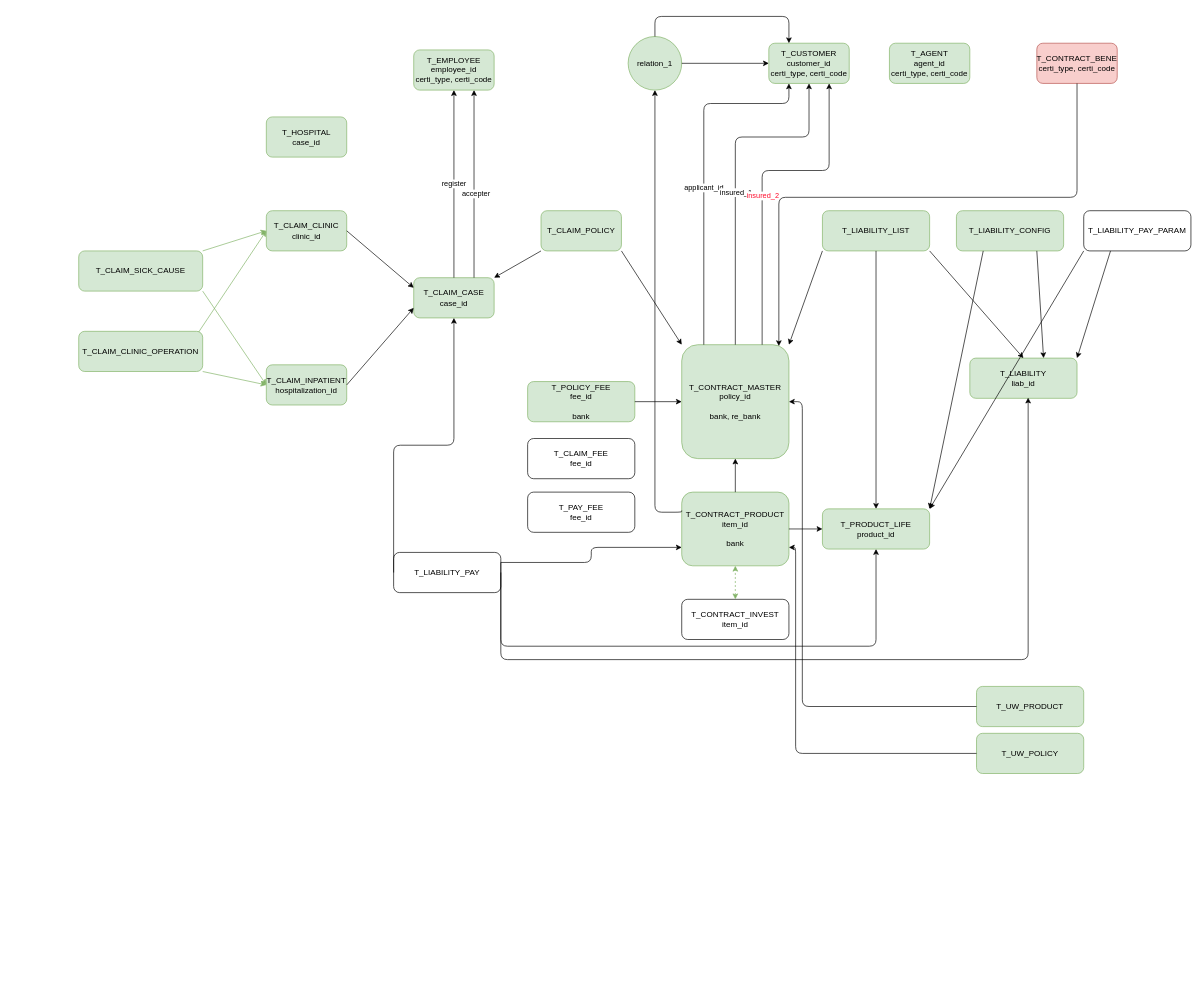
Before: taiping-data-arch.drawio in XiaoLiuAI/diagrams, a draw.io diagram. Source tidied: cells renumbered, new cells numbered last; positions are measured from the earlier drawing's top-left corner, leaving out a move shared by most shapes. Both pictures are drawn from the tidied source at 67%, with x=0, y=0 at pixel (78, 16).
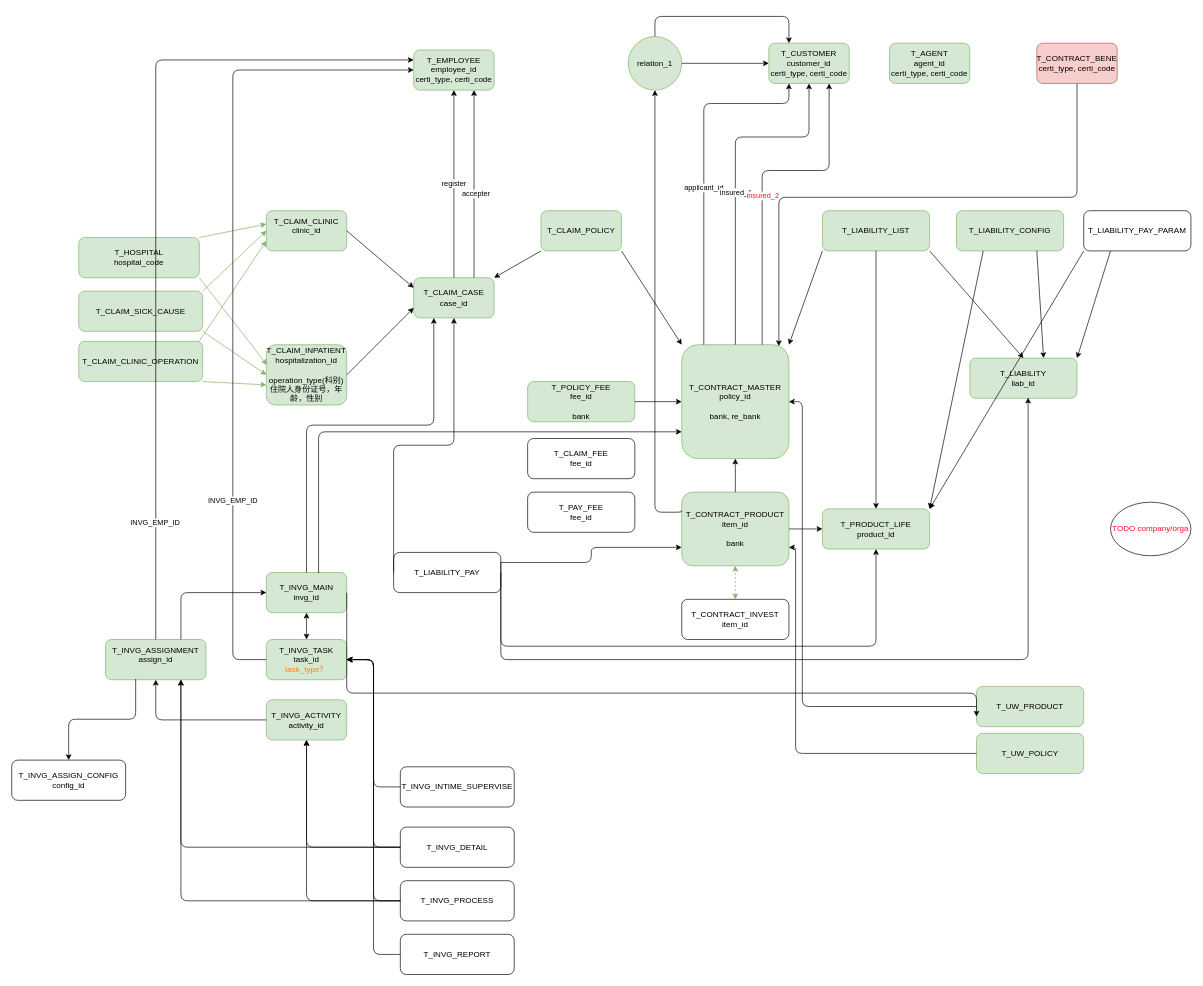
The same diagram, later.

Unchanged cells that the change refers to:
```xml
<mxCell id="2" value="T_CLAIM_CASE&lt;br&gt;case_id" style="rounded=1;whiteSpace=wrap;html=1;fillColor=#d5e8d4;strokeColor=#82b366;" parent="1" vertex="1">
  <mxGeometry x="500" y="390" width="120" height="60" as="geometry" />
</mxCell>
<mxCell id="5" value="T_CONTRACT_MASTER&lt;br&gt;policy_id&lt;br&gt;&lt;br&gt;bank, re_bank" style="rounded=1;whiteSpace=wrap;html=1;fillColor=#d5e8d4;strokeColor=#82b366;" parent="1" vertex="1">
  <mxGeometry x="900" y="490" width="160" height="170" as="geometry" />
</mxCell>
<mxCell id="31" value="T_EMPLOYEE&lt;br&gt;employee_id&lt;br&gt;certi_type, certi_code" style="rounded=1;whiteSpace=wrap;html=1;fillColor=#d5e8d4;strokeColor=#82b366;" parent="1" vertex="1">
  <mxGeometry x="500" y="50" width="120" height="60" as="geometry" />
</mxCell>
<mxCell id="43" value="T_UW_PRODUCT" style="rounded=1;whiteSpace=wrap;html=1;fillColor=#d5e8d4;strokeColor=#82b366;" parent="1" vertex="1">
  <mxGeometry x="1340" y="1000" width="160" height="60" as="geometry" />
</mxCell>
```

Diff of the diagram source:
```diff
@@
-    <mxCell id="33" value="T_CLAIM_INPATIENT&lt;br&gt;hospitalization_id" style="rounded=1;whiteSpace=wrap;html=1;fillColor=#d5e8d4;strokeColor=#82b366;" parent="1" vertex="1">
-      <mxGeometry x="280" y="520" width="120" height="60" as="geometry" />
+    <mxCell id="33" value="T_CLAIM_INPATIENT&lt;br&gt;hospitalization_id&lt;br&gt;&lt;br&gt;operation_type(科别)&lt;br&gt;住院人身份证号，年龄，性别" style="rounded=1;whiteSpace=wrap;html=1;fillColor=#d5e8d4;strokeColor=#82b366;" parent="1" vertex="1">
+      <mxGeometry x="280" y="490" width="120" height="90" as="geometry" />
     </mxCell>
-    <mxCell id="34" value="T_CLAIM_CLINIC&lt;br&gt;clinic_id" style="rounded=1;whiteSpace=wrap;html=1;fillColor=#d5e8d4;strokeColor=#82b366;" parent="1" vertex="1">
+    <mxCell id="34" value="T_CLAIM_CLINIC&lt;br&gt;clinic_id&lt;br&gt;&lt;br&gt;" style="rounded=1;whiteSpace=wrap;html=1;fillColor=#d5e8d4;strokeColor=#82b366;" parent="1" vertex="1">
       <mxGeometry x="280" y="290" width="120" height="60" as="geometry" />
     </mxCell>
@@
     <mxCell id="37" value="T_CLAIM_SICK_CAUSE" style="rounded=1;whiteSpace=wrap;html=1;fillColor=#d5e8d4;strokeColor=#82b366;" parent="1" vertex="1">
-      <mxGeometry y="350" width="185" height="60" as="geometry" />
+      <mxGeometry y="410" width="185" height="60" as="geometry" />
     </mxCell>
@@
     <mxCell id="40" value="T_CLAIM_CLINIC_OPERATION" style="rounded=1;whiteSpace=wrap;html=1;fillColor=#d5e8d4;strokeColor=#82b366;" parent="1" vertex="1">
-      <mxGeometry y="470" width="185" height="60" as="geometry" />
+      <mxGeometry y="485" width="185" height="60" as="geometry" />
     </mxCell>
@@
-    <mxCell id="42" style="endArrow=classic;html=1;exitX=0.968;exitY=0.017;exitDx=0;exitDy=0;entryX=0;entryY=0.5;entryDx=0;entryDy=0;exitPerimeter=0;fillColor=#d5e8d4;strokeColor=#82b366;" parent="1" edge="1" source="40" target="34">
+    <mxCell id="42" style="endArrow=classic;html=1;exitX=0.968;exitY=0.017;exitDx=0;exitDy=0;entryX=0;entryY=0.75;entryDx=0;entryDy=0;exitPerimeter=0;fillColor=#d5e8d4;strokeColor=#82b366;" parent="1" edge="1" source="40" target="34">
       <mxGeometry relative="1" as="geometry" />
     </mxCell>
@@
-    <mxCell id="64" value="T_HOSPITAL&lt;br&gt;case_id" style="rounded=1;whiteSpace=wrap;html=1;fillColor=#d5e8d4;strokeColor=#82b366;" parent="1" vertex="1">
-      <mxGeometry x="280" y="150" width="120" height="60" as="geometry" />
+    <mxCell id="64" value="T_HOSPITAL&lt;br&gt;hospital_code" style="rounded=1;whiteSpace=wrap;html=1;fillColor=#d5e8d4;strokeColor=#82b366;" parent="1" vertex="1">
+      <mxGeometry y="330" width="180" height="60" as="geometry" />
     </mxCell>
@@
+    <mxCell id="66" value="TODO company/orga" style="ellipse;whiteSpace=wrap;html=1;fontColor=#FF0D2D;" parent="1" vertex="1">
+      <mxGeometry x="1540" y="725" width="120" height="80" as="geometry" />
+    </mxCell>
+    <mxCell id="67" style="endArrow=classic;html=1;exitX=1;exitY=0;exitDx=0;exitDy=0;fillColor=#d5e8d4;strokeColor=#82b366;entryX=0;entryY=0.333;entryDx=0;entryDy=0;entryPerimeter=0;" parent="1" edge="1" source="64" target="34">
+      <mxGeometry relative="1" as="geometry" />
+    </mxCell>
+    <mxCell id="68" style="endArrow=classic;html=1;exitX=1;exitY=1;exitDx=0;exitDy=0;fillColor=#d5e8d4;strokeColor=#82b366;entryX=0.008;entryY=0.333;entryDx=0;entryDy=0;entryPerimeter=0;" parent="1" edge="1" source="64" target="33">
+      <mxGeometry relative="1" as="geometry" />
+    </mxCell>
+    <mxCell id="69" value="&lt;font color=&quot;#000000&quot;&gt;T_INVG_MAIN&lt;br&gt;invg_id&lt;br&gt;&lt;/font&gt;" style="rounded=1;whiteSpace=wrap;html=1;fillColor=#d5e8d4;strokeColor=#82b366;" parent="1" vertex="1">
+      <mxGeometry x="280" y="830" width="120" height="60" as="geometry" />
+    </mxCell>
+    <mxCell id="70" value="T_INVG_TASK&lt;br&gt;task_id&lt;br&gt;&lt;font color=&quot;#ff8000&quot;&gt;task_type？&lt;/font&gt;" style="rounded=1;whiteSpace=wrap;html=1;fillColor=#d5e8d4;strokeColor=#82b366;" parent="1" vertex="1">
+      <mxGeometry x="280" y="930" width="120" height="60" as="geometry" />
+    </mxCell>
+    <mxCell id="71" value="&lt;font color=&quot;#000000&quot;&gt;T_INVG_ACTIVITY&lt;br&gt;&lt;/font&gt;activity_id&lt;font color=&quot;#000000&quot;&gt;&lt;br&gt;&lt;/font&gt;" style="rounded=1;whiteSpace=wrap;html=1;fillColor=#d5e8d4;strokeColor=#82b366;" parent="1" vertex="1">
+      <mxGeometry x="280" y="1020" width="120" height="60" as="geometry" />
+    </mxCell>
+    <mxCell id="72" value="&lt;font color=&quot;#000000&quot;&gt;T_INVG_ASSIGNMENT&lt;br&gt;&lt;/font&gt;assign_id&lt;font color=&quot;#000000&quot;&gt;&lt;br&gt;&lt;br&gt;&lt;/font&gt;" style="rounded=1;whiteSpace=wrap;html=1;fillColor=#d5e8d4;strokeColor=#82b366;" parent="1" vertex="1">
+      <mxGeometry x="40" y="930" width="150" height="60" as="geometry" />
+    </mxCell>
+    <mxCell id="73" style="edgeStyle=elbowEdgeStyle;elbow=vertical;endArrow=classic;html=1;fontColor=#FF0D2D;exitX=0.5;exitY=0;exitDx=0;exitDy=0;entryX=0.25;entryY=1;entryDx=0;entryDy=0;" parent="1" edge="1" source="69" target="2">
+      <mxGeometry relative="1" as="geometry">
+        <Array as="points">
+          <mxPoint x="440" y="610" />
+        </Array>
+      </mxGeometry>
+    </mxCell>
+    <mxCell id="74" style="edgeStyle=elbowEdgeStyle;elbow=vertical;endArrow=classic;html=1;fontColor=#FF0D2D;exitX=0.65;exitY=0.017;exitDx=0;exitDy=0;exitPerimeter=0;" parent="1" edge="1" source="69" target="5">
+      <mxGeometry relative="1" as="geometry">
+        <Array as="points">
+          <mxPoint x="450" y="620" />
+        </Array>
+      </mxGeometry>
+    </mxCell>
+    <mxCell id="75" style="edgeStyle=elbowEdgeStyle;elbow=vertical;endArrow=classic;html=1;fontColor=#FF0D2D;entryX=0;entryY=0.75;entryDx=0;entryDy=0;exitX=1;exitY=0.5;exitDx=0;exitDy=0;" parent="1" edge="1" source="69" target="43">
+      <mxGeometry relative="1" as="geometry">
+        <Array as="points">
+          <mxPoint x="500" y="1010" />
+        </Array>
+      </mxGeometry>
+    </mxCell>
+    <mxCell id="76" style="endArrow=classic;html=1;fontColor=#FF0D2D;exitX=0.5;exitY=0;exitDx=0;exitDy=0;endFill=1;startArrow=classic;startFill=1;" parent="1" edge="1" source="70">
+      <mxGeometry relative="1" as="geometry">
+        <mxPoint x="340" y="890" as="targetPoint" />
+      </mxGeometry>
+    </mxCell>
+    <mxCell id="77" style="edgeStyle=elbowEdgeStyle;elbow=horizontal;endArrow=classic;html=1;fontColor=#FF0D2D;entryX=0;entryY=0.5;entryDx=0;entryDy=0;exitX=0;exitY=0.5;exitDx=0;exitDy=0;" parent="1" edge="1" source="70" target="31">
+      <mxGeometry relative="1" as="geometry">
+        <Array as="points">
+          <mxPoint x="230" y="530" />
+        </Array>
+      </mxGeometry>
+    </mxCell>
+    <mxCell id="78" value="&lt;font color=&quot;#000000&quot;&gt;INVG_EMP_ID&lt;/font&gt;" style="edgeLabel;html=1;align=center;verticalAlign=middle;fontColor=#FF0D2D;" parent="77" vertex="1">
+      <mxGeometry x="-0.52" y="1" relative="1" as="geometry" />
+    </mxCell>
+    <mxCell id="79" style="edgeStyle=segmentEdgeStyle;endArrow=classic;html=1;fontColor=#FF0D2D;exitX=0;exitY=0.5;exitDx=0;exitDy=0;entryX=0.5;entryY=1;entryDx=0;entryDy=0;" parent="1" edge="1" source="71" target="72">
+      <mxGeometry relative="1" as="geometry" />
+    </mxCell>
+    <mxCell id="80" style="edgeStyle=segmentEdgeStyle;endArrow=classic;html=1;fontColor=#FF0D2D;exitX=0.75;exitY=0;exitDx=0;exitDy=0;entryX=0;entryY=0.5;entryDx=0;entryDy=0;" parent="1" edge="1" source="72" target="69">
+      <mxGeometry relative="1" as="geometry">
+        <Array as="points">
+          <mxPoint x="153" y="860" />
+        </Array>
+      </mxGeometry>
+    </mxCell>
+    <mxCell id="81" style="edgeStyle=segmentEdgeStyle;endArrow=classic;html=1;fontColor=#FF0D2D;exitX=0.5;exitY=0;exitDx=0;exitDy=0;entryX=0;entryY=0.25;entryDx=0;entryDy=0;" parent="1" edge="1" source="72" target="31">
+      <mxGeometry relative="1" as="geometry">
+        <Array as="points">
+          <mxPoint x="115" y="65" />
+        </Array>
+      </mxGeometry>
+    </mxCell>
+    <mxCell id="82" value="&lt;span style=&quot;color: rgb(0 , 0 , 0)&quot;&gt;INVG_EMP_ID&lt;/span&gt;" style="edgeLabel;html=1;align=center;verticalAlign=middle;fontColor=#FF0D2D;" parent="81" vertex="1">
+      <mxGeometry x="-0.72" y="2" relative="1" as="geometry" />
+    </mxCell>
+    <mxCell id="83" value="&lt;font color=&quot;#000000&quot;&gt;T_INVG_INTIME_SUPERVISE&lt;/font&gt;" style="rounded=1;whiteSpace=wrap;html=1;fontColor=#FF0D2D;" parent="1" vertex="1">
+      <mxGeometry x="480" y="1120" width="170" height="60" as="geometry" />
+    </mxCell>
+    <mxCell id="84" value="&lt;font color=&quot;#000000&quot;&gt;T_INVG_DETAIL&lt;/font&gt;" style="rounded=1;whiteSpace=wrap;html=1;fontColor=#FF0D2D;" parent="1" vertex="1">
+      <mxGeometry x="480" y="1210" width="170" height="60" as="geometry" />
+    </mxCell>
+    <mxCell id="85" value="&lt;font color=&quot;#000000&quot;&gt;T_INVG_PROCESS&lt;/font&gt;" style="rounded=1;whiteSpace=wrap;html=1;fontColor=#FF0D2D;" parent="1" vertex="1">
+      <mxGeometry x="480" y="1290" width="170" height="60" as="geometry" />
+    </mxCell>
+    <mxCell id="86" value="&lt;font color=&quot;#000000&quot;&gt;T_INVG_REPORT&lt;/font&gt;" style="rounded=1;whiteSpace=wrap;html=1;fontColor=#FF0D2D;" parent="1" vertex="1">
+      <mxGeometry x="480" y="1370" width="170" height="60" as="geometry" />
+    </mxCell>
+    <mxCell id="87" style="edgeStyle=elbowEdgeStyle;elbow=horizontal;endArrow=classic;html=1;fontColor=#FF0D2D;exitX=0;exitY=0.5;exitDx=0;exitDy=0;" parent="1" edge="1" source="83" target="70">
+      <mxGeometry relative="1" as="geometry" />
+    </mxCell>
+    <mxCell id="88" style="edgeStyle=elbowEdgeStyle;elbow=horizontal;endArrow=classic;html=1;fontColor=#FF0D2D;exitX=0;exitY=0.5;exitDx=0;exitDy=0;" parent="1" edge="1" source="84">
+      <mxGeometry relative="1" as="geometry">
+        <mxPoint x="400" y="960" as="targetPoint" />
+      </mxGeometry>
+    </mxCell>
+    <mxCell id="89" style="edgeStyle=elbowEdgeStyle;elbow=horizontal;endArrow=classic;html=1;fontColor=#FF0D2D;exitX=0;exitY=0.5;exitDx=0;exitDy=0;" parent="1" edge="1" source="85">
+      <mxGeometry relative="1" as="geometry">
+        <mxPoint x="400" y="960" as="targetPoint" />
+      </mxGeometry>
+    </mxCell>
+    <mxCell id="90" style="edgeStyle=elbowEdgeStyle;elbow=horizontal;endArrow=classic;html=1;fontColor=#FF0D2D;exitX=0;exitY=0.5;exitDx=0;exitDy=0;" parent="1" edge="1" source="86">
+      <mxGeometry relative="1" as="geometry">
+        <mxPoint x="400" y="960" as="targetPoint" />
+      </mxGeometry>
+    </mxCell>
+    <mxCell id="91" style="edgeStyle=segmentEdgeStyle;endArrow=classic;html=1;fontColor=#FF0D2D;entryX=0.75;entryY=1;entryDx=0;entryDy=0;" parent="1" edge="1" target="72">
+      <mxGeometry relative="1" as="geometry">
+        <mxPoint x="480" y="1240" as="sourcePoint" />
+      </mxGeometry>
+    </mxCell>
+    <mxCell id="92" style="edgeStyle=segmentEdgeStyle;endArrow=classic;html=1;fontColor=#FF0D2D;exitX=0;exitY=0.5;exitDx=0;exitDy=0;" parent="1" edge="1" source="84">
+      <mxGeometry relative="1" as="geometry">
+        <mxPoint x="340" y="1080" as="targetPoint" />
+      </mxGeometry>
+    </mxCell>
+    <mxCell id="93" style="edgeStyle=segmentEdgeStyle;endArrow=classic;html=1;fontColor=#FF0D2D;exitX=0;exitY=0.5;exitDx=0;exitDy=0;entryX=0.5;entryY=1;entryDx=0;entryDy=0;" parent="1" edge="1" source="85" target="71">
+      <mxGeometry relative="1" as="geometry" />
+    </mxCell>
+    <mxCell id="94" style="edgeStyle=segmentEdgeStyle;endArrow=classic;html=1;fontColor=#FF0D2D;exitX=0;exitY=0.5;exitDx=0;exitDy=0;entryX=0.75;entryY=1;entryDx=0;entryDy=0;" parent="1" edge="1" source="85" target="72">
+      <mxGeometry relative="1" as="geometry" />
+    </mxCell>
+    <mxCell id="95" value="&lt;font color=&quot;#000000&quot;&gt;T_INVG_ASSIGN_CONFIG&lt;br&gt;config_id&lt;br&gt;&lt;/font&gt;" style="rounded=1;whiteSpace=wrap;html=1;fontColor=#FF0D2D;" parent="1" vertex="1">
+      <mxGeometry x="-100" y="1110" width="170" height="60" as="geometry" />
+    </mxCell>
+    <mxCell id="96" style="edgeStyle=elbowEdgeStyle;elbow=vertical;endArrow=classic;html=1;fontColor=#FF0D2D;exitX=0.3;exitY=0.983;exitDx=0;exitDy=0;exitPerimeter=0;entryX=0.5;entryY=0;entryDx=0;entryDy=0;" parent="1" edge="1" source="72" target="95">
+      <mxGeometry relative="1" as="geometry" />
+    </mxCell>
```
